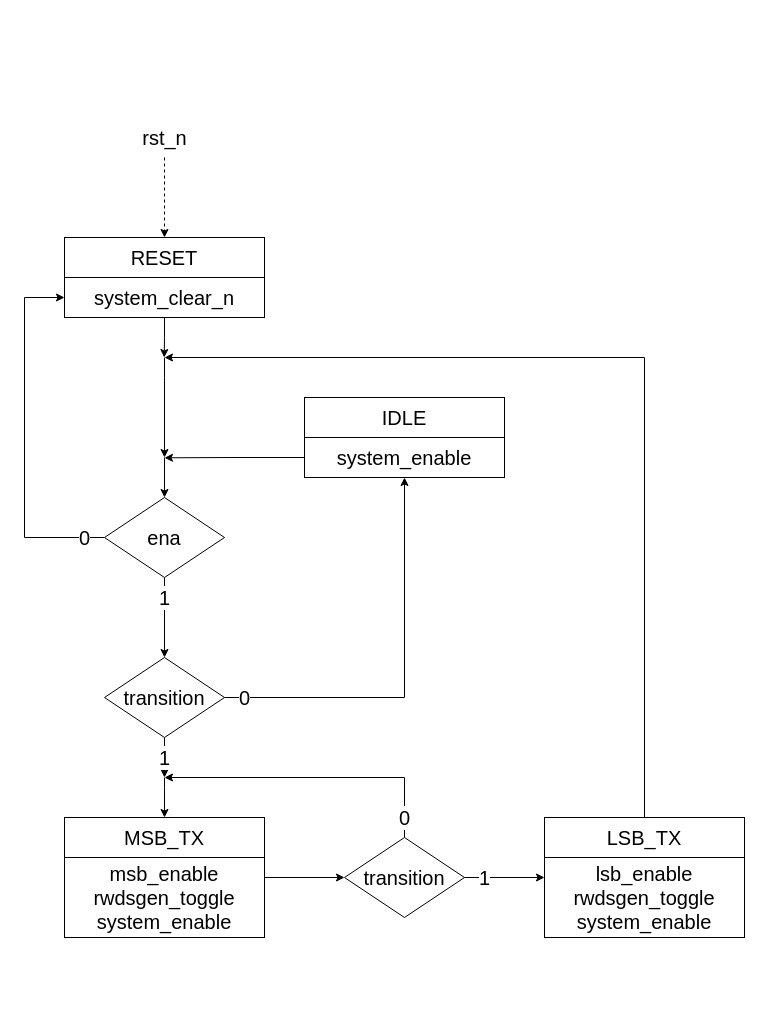
This is page "DDR_to_SDR_converter_CU" (8 of 14) of hyperram_system/ip/avs_hram_converter/schematics/avs_hram_converter.drawio from AndreaBononi/Intel_Cyclone10LP_systems, a draw.io file, before an edit. Source tidied: cells renumbered, new cells numbered last; positions are measured from the earlier drawing's top-left corner, leaving out a move shared by most shapes. Both pictures are drawn from the tidied source at 100%, with x=0, y=0 at pixel (24, 117).
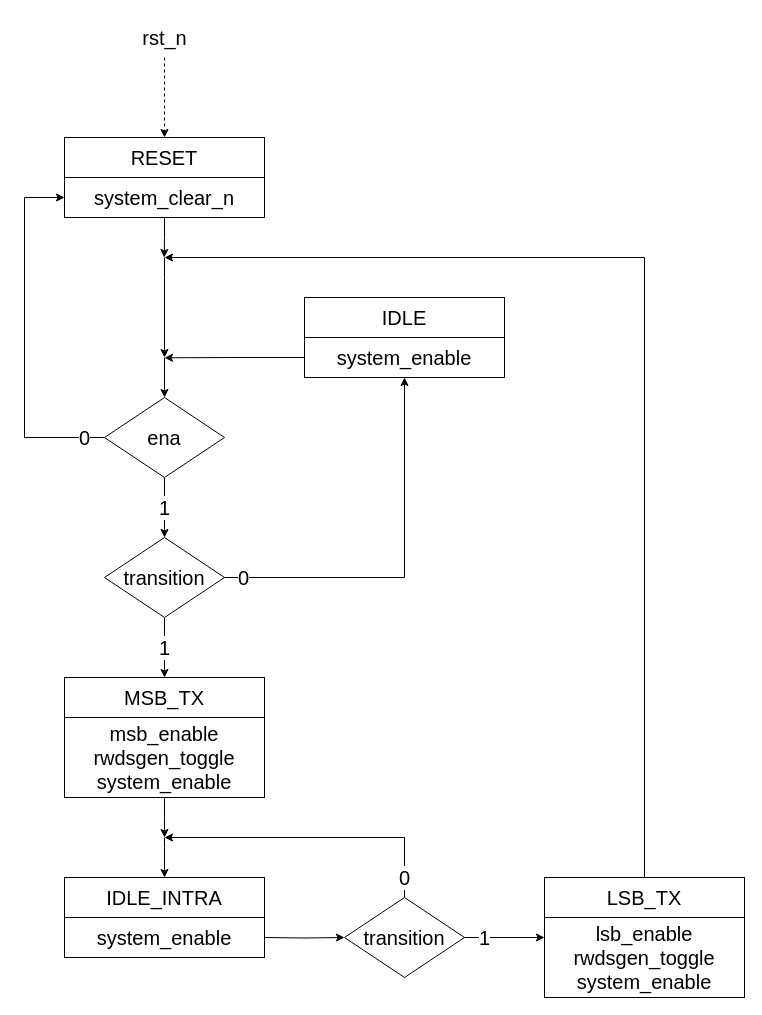
Above is the later version.

Change to the diagram source:
```diff
@@
     <mxCell id="2" style="edgeStyle=orthogonalEdgeStyle;rounded=0;jettySize=auto;html=1;entryX=0.5;entryY=0;entryDx=0;entryDy=0;dashed=1;" parent="1" edge="1" target="4">
       <mxGeometry relative="1" as="geometry">
-        <mxPoint x="140" y="40" as="sourcePoint" />
+        <mxPoint x="140" y="-60" as="sourcePoint" />
         <Array as="points">
-          <mxPoint x="140" y="100" />
-          <mxPoint x="140" y="100" />
+          <mxPoint x="140" />
+          <mxPoint x="140" />
         </Array>
       </mxGeometry>
     </mxCell>
@@
     <mxCell id="4" value="&lt;font style=&quot;font-size: 20px;&quot;&gt;RESET&lt;/font&gt;" style="rounded=0;whiteSpace=wrap;html=1;" parent="1" vertex="1">
-      <mxGeometry x="40" y="120" width="200" height="40" as="geometry" />
+      <mxGeometry x="40" y="20" width="200" height="40" as="geometry" />
     </mxCell>
     <mxCell id="5" style="edgeStyle=orthogonalEdgeStyle;rounded=0;jettySize=auto;html=1;exitX=0.5;exitY=1;exitDx=0;exitDy=0;" parent="1" edge="1" source="6">
       <mxGeometry relative="1" as="geometry">
-        <mxPoint x="139.7" y="240" as="targetPoint" />
+        <mxPoint x="139.7" y="140" as="targetPoint" />
         <Array as="points">
-          <mxPoint x="140" y="220" />
-          <mxPoint x="140" y="220" />
+          <mxPoint x="140" y="120" />
+          <mxPoint x="140" y="120" />
         </Array>
       </mxGeometry>
     </mxCell>
     <mxCell id="6" value="&lt;font style=&quot;font-size: 20px;&quot;&gt;system_clear_n&lt;/font&gt;" style="rounded=0;whiteSpace=wrap;html=1;" parent="1" vertex="1">
-      <mxGeometry x="40" y="160" width="200" height="40" as="geometry" />
+      <mxGeometry x="40" y="60" width="200" height="40" as="geometry" />
     </mxCell>
     <mxCell id="7" value="&lt;font style=&quot;font-size: 20px;&quot;&gt;IDLE&lt;/font&gt;" style="rounded=0;whiteSpace=wrap;html=1;" parent="1" vertex="1">
-      <mxGeometry x="280" y="280" width="200" height="40" as="geometry" />
+      <mxGeometry x="280" y="180" width="200" height="40" as="geometry" />
     </mxCell>
     <mxCell id="8" style="edgeStyle=orthogonalEdgeStyle;rounded=0;orthogonalLoop=1;jettySize=auto;html=1;" parent="1" edge="1">
       <mxGeometry relative="1" as="geometry">
-        <mxPoint x="140" y="240" as="sourcePoint" />
-        <mxPoint x="140" y="340" as="targetPoint" />
+        <mxPoint x="140" y="140" as="sourcePoint" />
+        <mxPoint x="140" y="240" as="targetPoint" />
         <Array as="points">
-          <mxPoint x="140" y="260" />
-          <mxPoint x="140" y="260" />
+          <mxPoint x="140" y="160" />
+          <mxPoint x="140" y="160" />
         </Array>
       </mxGeometry>
     </mxCell>
     <mxCell id="9" style="edgeStyle=orthogonalEdgeStyle;rounded=0;jettySize=auto;html=1;exitX=0;exitY=0.5;exitDx=0;exitDy=0;" parent="1" edge="1" source="10">
       <mxGeometry relative="1" as="geometry">
-        <mxPoint x="140" y="340.3" as="targetPoint" />
+        <mxPoint x="140" y="240.3" as="targetPoint" />
       </mxGeometry>
     </mxCell>
     <mxCell id="10" value="&lt;font style=&quot;font-size: 20px;&quot;&gt;system_enable&lt;/font&gt;" style="rounded=0;whiteSpace=wrap;html=1;" parent="1" vertex="1">
-      <mxGeometry x="280" y="320" width="200" height="40" as="geometry" />
+      <mxGeometry x="280" y="220" width="200" height="40" as="geometry" />
     </mxCell>
     <mxCell id="11" value="&lt;font style=&quot;font-size: 20px;&quot;&gt;rst_n&lt;/font&gt;" style="text;html=1;align=center;verticalAlign=middle;strokeColor=none;fillColor=none;" parent="1" vertex="1">
-      <mxGeometry x="105" width="70" height="40" as="geometry" />
+      <mxGeometry x="105" y="-100" width="70" height="40" as="geometry" />
     </mxCell>
     <mxCell id="12" value="&lt;font style=&quot;font-size: 20px;&quot;&gt;0&lt;/font&gt;" style="edgeStyle=orthogonalEdgeStyle;rounded=0;jettySize=auto;html=1;exitX=0;exitY=0.5;exitDx=0;exitDy=0;entryX=0;entryY=0.5;entryDx=0;entryDy=0;" parent="1" edge="1" source="15" target="6">
       <mxGeometry x="-0.89" relative="1" as="geometry">
         <Array as="points">
-          <mxPoint y="420" />
-          <mxPoint y="180" />
+          <mxPoint y="320" />
+          <mxPoint y="80" />
         </Array>
       </mxGeometry>
     </mxCell>
     <mxCell id="13" value="&lt;font style=&quot;font-size: 20px;&quot;&gt;1&lt;/font&gt;" style="edgeStyle=orthogonalEdgeStyle;rounded=0;jettySize=auto;html=1;exitX=0.5;exitY=1;exitDx=0;exitDy=0;entryX=0.5;entryY=0;entryDx=0;entryDy=0;" parent="1" edge="1" source="15" target="18">
-      <mxGeometry x="-0.5" relative="1" as="geometry" />
+      <mxGeometry relative="1" as="geometry" />
     </mxCell>
     <mxCell id="14" style="edgeStyle=orthogonalEdgeStyle;rounded=0;jettySize=auto;html=1;entryX=0.5;entryY=0;entryDx=0;entryDy=0;" parent="1" edge="1" target="15">
       <mxGeometry relative="1" as="geometry">
-        <mxPoint x="140" y="340" as="sourcePoint" />
+        <mxPoint x="140" y="240" as="sourcePoint" />
         <Array as="points">
-          <mxPoint x="140" y="340" />
-          <mxPoint x="140" y="340" />
+          <mxPoint x="140" y="240" />
+          <mxPoint x="140" y="240" />
         </Array>
       </mxGeometry>
     </mxCell>
     <mxCell id="15" value="&lt;font style=&quot;font-size: 20px;&quot;&gt;ena&lt;/font&gt;" style="rhombus;whiteSpace=wrap;html=1;" parent="1" vertex="1">
-      <mxGeometry x="80" y="380" width="120" height="80" as="geometry" />
+      <mxGeometry x="80" y="280" width="120" height="80" as="geometry" />
     </mxCell>
     <mxCell id="16" value="&lt;font style=&quot;font-size: 20px;&quot;&gt;0&lt;/font&gt;" style="edgeStyle=orthogonalEdgeStyle;rounded=0;jettySize=auto;html=1;exitX=1;exitY=0.5;exitDx=0;exitDy=0;entryX=0.5;entryY=1;entryDx=0;entryDy=0;" parent="1" edge="1" source="18" target="10">
       <mxGeometry x="-0.9" relative="1" as="geometry">
         <Array as="points">
-          <mxPoint x="380" y="580" />
+          <mxPoint x="380" y="460" />
         </Array>
       </mxGeometry>
     </mxCell>
     <mxCell id="17" value="&lt;font style=&quot;font-size: 20px;&quot;&gt;1&lt;/font&gt;" style="edgeStyle=orthogonalEdgeStyle;rounded=0;jettySize=auto;html=1;exitX=0.5;exitY=1;exitDx=0;exitDy=0;" parent="1" edge="1" source="18">
-      <mxGeometry x="-0.01" relative="1" as="geometry">
-        <mxPoint x="140" y="660" as="targetPoint" />
+      <mxGeometry relative="1" as="geometry">
+        <mxPoint x="140" y="560" as="targetPoint" />
+        <Array as="points">
+          <mxPoint x="140" y="560" />
+        </Array>
       </mxGeometry>
     </mxCell>
     <mxCell id="18" value="&lt;font style=&quot;font-size: 20px;&quot;&gt;transition&lt;/font&gt;" style="rhombus;whiteSpace=wrap;html=1;" parent="1" vertex="1">
-      <mxGeometry x="80" y="540" width="120" height="80" as="geometry" />
+      <mxGeometry x="80" y="420" width="120" height="80" as="geometry" />
     </mxCell>
-    <mxCell id="19" style="edgeStyle=orthogonalEdgeStyle;rounded=0;jettySize=auto;html=1;exitX=0.5;exitY=0;exitDx=0;exitDy=0;entryX=0.5;entryY=0;entryDx=0;entryDy=0;" parent="1" edge="1" target="20">
-      <mxGeometry relative="1" as="geometry">
-        <mxPoint x="140" y="660" as="sourcePoint" />
-        <Array as="points">
-          <mxPoint x="140" y="670" />
-          <mxPoint x="140" y="670" />
-        </Array>
-      </mxGeometry>
-    </mxCell>
     <mxCell id="20" value="&lt;font style=&quot;font-size: 20px;&quot;&gt;MSB_TX&lt;/font&gt;" style="rounded=0;whiteSpace=wrap;html=1;" parent="1" vertex="1">
-      <mxGeometry x="40" y="700" width="200" height="40" as="geometry" />
+      <mxGeometry x="40" y="560" width="200" height="40" as="geometry" />
     </mxCell>
-    <mxCell id="21" style="edgeStyle=orthogonalEdgeStyle;rounded=0;jettySize=auto;html=1;exitX=1;exitY=0.25;exitDx=0;exitDy=0;entryX=0;entryY=0.5;entryDx=0;entryDy=0;" parent="1" edge="1" source="22" target="25">
-      <mxGeometry relative="1" as="geometry" />
+    <mxCell id="21" style="edgeStyle=orthogonalEdgeStyle;rounded=0;jettySize=auto;html=1;exitX=1;exitY=0.25;exitDx=0;exitDy=0;entryX=0;entryY=0.5;entryDx=0;entryDy=0;" parent="1" edge="1" target="25">
+      <mxGeometry relative="1" as="geometry">
+        <mxPoint x="240" y="820" as="sourcePoint" />
+      </mxGeometry>
     </mxCell>
+    <mxCell id="29" style="edgeStyle=orthogonalEdgeStyle;rounded=0;jettySize=auto;html=1;" parent="1" edge="1" source="22">
+      <mxGeometry relative="1" as="geometry">
+        <mxPoint x="140" y="720" as="targetPoint" />
+      </mxGeometry>
+    </mxCell>
     <mxCell id="22" value="&lt;div style=&quot;font-size: 20px;&quot;&gt;&lt;font style=&quot;font-size: 20px;&quot;&gt;msb_enable&lt;/font&gt;&lt;/div&gt;&lt;div style=&quot;font-size: 20px;&quot;&gt;&lt;font style=&quot;font-size: 20px;&quot;&gt;rwdsgen_toggle&lt;font style=&quot;font-size: 20px;&quot;&gt;&lt;br&gt;&lt;/font&gt;&lt;/font&gt;&lt;/div&gt;&lt;div style=&quot;font-size: 20px;&quot;&gt;system_enable&lt;br&gt;&lt;/div&gt;" style="rounded=0;whiteSpace=wrap;html=1;" parent="1" vertex="1">
-      <mxGeometry x="40" y="740" width="200" height="80" as="geometry" />
+      <mxGeometry x="40" y="600" width="200" height="80" as="geometry" />
     </mxCell>
     <mxCell id="23" value="&lt;font style=&quot;font-size: 20px;&quot;&gt;0&lt;/font&gt;" style="edgeStyle=orthogonalEdgeStyle;rounded=0;jettySize=auto;html=1;exitX=0.5;exitY=0;exitDx=0;exitDy=0;" parent="1" edge="1" source="25">
       <mxGeometry x="-0.87" relative="1" as="geometry">
-        <mxPoint x="140" y="660" as="targetPoint" />
+        <mxPoint x="140" y="720" as="targetPoint" />
         <Array as="points">
-          <mxPoint x="380" y="660" />
+          <mxPoint x="380" y="720" />
         </Array>
       </mxGeometry>
     </mxCell>
@@
     <mxCell id="25" value="&lt;font style=&quot;font-size: 20px;&quot;&gt;transition&lt;/font&gt;" style="rhombus;whiteSpace=wrap;html=1;" parent="1" vertex="1">
-      <mxGeometry x="320" y="720" width="120" height="80" as="geometry" />
+      <mxGeometry x="320" y="780" width="120" height="80" as="geometry" />
     </mxCell>
     <mxCell id="26" style="edgeStyle=orthogonalEdgeStyle;rounded=0;jettySize=auto;html=1;exitX=0.5;exitY=0;exitDx=0;exitDy=0;" parent="1" edge="1" source="27">
       <mxGeometry relative="1" as="geometry">
-        <mxPoint x="140" y="240" as="targetPoint" />
+        <mxPoint x="140" y="140" as="targetPoint" />
         <Array as="points">
-          <mxPoint x="620" y="240" />
-          <mxPoint x="140" y="240" />
+          <mxPoint x="620" y="140" />
+          <mxPoint x="140" y="140" />
         </Array>
       </mxGeometry>
     </mxCell>
     <mxCell id="27" value="&lt;font style=&quot;font-size: 20px;&quot;&gt;LSB_TX&lt;/font&gt;" style="rounded=0;whiteSpace=wrap;html=1;" parent="1" vertex="1">
-      <mxGeometry x="520" y="700" width="200" height="40" as="geometry" />
+      <mxGeometry x="520" y="760" width="200" height="40" as="geometry" />
     </mxCell>
     <mxCell id="28" value="&lt;div style=&quot;font-size: 20px;&quot;&gt;&lt;font style=&quot;font-size: 20px;&quot;&gt;lsb_enable&lt;/font&gt;&lt;/div&gt;&lt;div style=&quot;font-size: 20px;&quot;&gt;&lt;font style=&quot;font-size: 20px;&quot;&gt;rwdsgen_toggle&lt;font style=&quot;font-size: 20px;&quot;&gt;&lt;br&gt;&lt;/font&gt;&lt;/font&gt;&lt;/div&gt;&lt;div&gt;&lt;font style=&quot;font-size: 20px;&quot;&gt;system_enable&lt;/font&gt;&lt;/div&gt;" style="rounded=0;whiteSpace=wrap;html=1;" parent="1" vertex="1">
-      <mxGeometry x="520" y="740" width="200" height="80" as="geometry" />
+      <mxGeometry x="520" y="800" width="200" height="80" as="geometry" />
     </mxCell>
+    <mxCell id="30" style="edgeStyle=orthogonalEdgeStyle;rounded=0;jettySize=auto;html=1;exitX=0.5;exitY=0;exitDx=0;exitDy=0;entryX=0.5;entryY=0;entryDx=0;entryDy=0;" parent="1" edge="1" target="31">
+      <mxGeometry relative="1" as="geometry">
+        <mxPoint x="140" y="720" as="sourcePoint" />
+        <Array as="points">
+          <mxPoint x="140" y="730" />
+          <mxPoint x="140" y="730" />
+        </Array>
+      </mxGeometry>
+    </mxCell>
+    <mxCell id="31" value="&lt;font style=&quot;font-size: 20px;&quot;&gt;IDLE_INTRA&lt;/font&gt;" style="rounded=0;whiteSpace=wrap;html=1;" parent="1" vertex="1">
+      <mxGeometry x="40" y="760" width="200" height="40" as="geometry" />
+    </mxCell>
+    <mxCell id="32" value="&lt;div style=&quot;font-size: 20px;&quot;&gt;system_enable&lt;br&gt;&lt;/div&gt;" style="rounded=0;whiteSpace=wrap;html=1;" parent="1" vertex="1">
+      <mxGeometry x="40" y="800" width="200" height="40" as="geometry" />
+    </mxCell>
```
